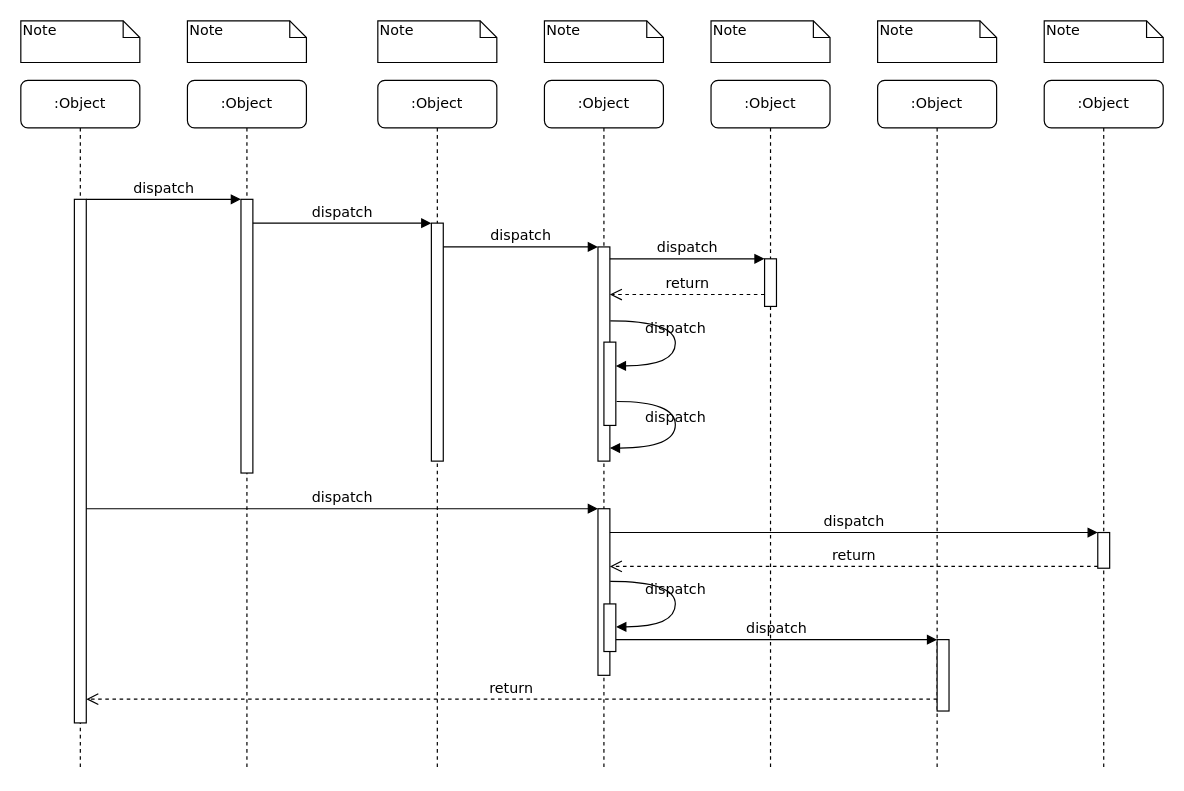
Above: task-demo.drawio in linxinqiang90/drawio (draw.io), before the change. Source tidied: cells renumbered, new cells numbered last; positions are measured from the earlier drawing's top-left corner, leaving out a move shared by most shapes. Both pictures are drawn from the tidied source at 119%, with x=0, y=0 at pixel (20, 20).
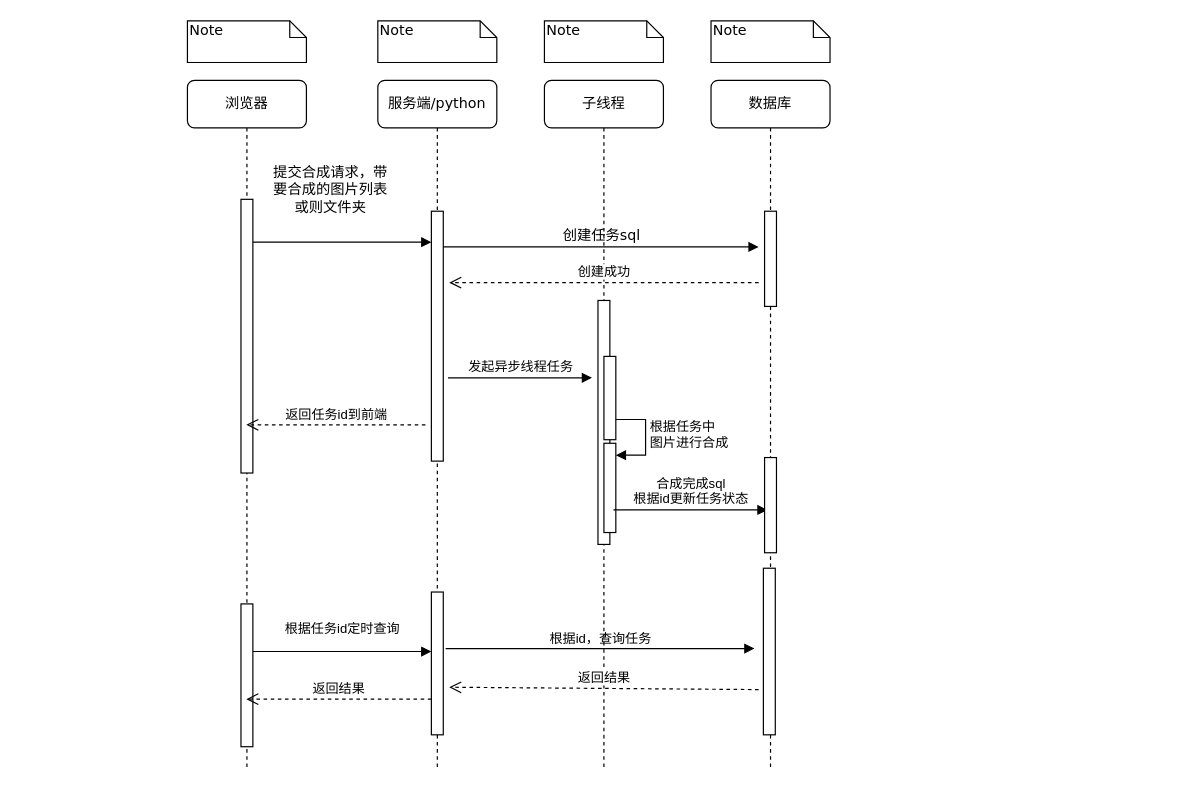
Above is the later version.

Unchanged cells that the change refers to:
```xml
<mxCell id="3" style="html=1;points=[];perimeter=orthogonalPerimeter;rounded=0;shadow=0;comic=0;labelBackgroundColor=none;strokeWidth=1;fontFamily=Verdana;fontSize=12;align=center;" parent="2" vertex="1">
  <mxGeometry x="45" y="100" width="10" height="230" as="geometry" />
</mxCell>
```

Diff of the diagram source:
```diff
@@
-    <mxCell id="2" value=":Object" style="shape=umlLifeline;perimeter=lifelinePerimeter;whiteSpace=wrap;html=1;outlineConnect=0;rounded=1;shadow=0;comic=0;labelBackgroundColor=none;strokeWidth=1;fontFamily=Verdana;fontSize=12;align=center;" parent="1" vertex="1">
+    <mxCell id="2" value="浏览器" style="shape=umlLifeline;perimeter=lifelinePerimeter;whiteSpace=wrap;html=1;outlineConnect=0;rounded=1;shadow=0;comic=0;labelBackgroundColor=none;strokeWidth=1;fontFamily=Verdana;fontSize=12;align=center;" parent="1" vertex="1">
       <mxGeometry x="140" y="50" width="100" height="580" as="geometry" />
     </mxCell>
@@
+    <mxCell id="39" style="html=1;perimeter=orthogonalPerimeter;targetShapes=umlLifeline;newEdgeStyle={&quot;curved&quot;:0,&quot;rounded&quot;:0};" parent="2" vertex="1">
+      <mxGeometry x="45" y="440" width="10" height="120" as="geometry" />
+    </mxCell>
-    <mxCell id="4" value=":Object" style="shape=umlLifeline;perimeter=lifelinePerimeter;whiteSpace=wrap;html=1;rounded=1;shadow=0;comic=0;labelBackgroundColor=none;strokeWidth=1;fontFamily=Verdana;fontSize=12;align=center;" parent="1" vertex="1">
+    <mxCell id="4" value="服务端/python" style="shape=umlLifeline;perimeter=lifelinePerimeter;whiteSpace=wrap;html=1;rounded=1;shadow=0;comic=0;labelBackgroundColor=none;strokeWidth=1;fontFamily=Verdana;fontSize=12;align=center;" parent="1" vertex="1">
       <mxGeometry x="300" y="50" width="100" height="580" as="geometry" />
     </mxCell>
     <mxCell id="5" style="html=1;points=[];perimeter=orthogonalPerimeter;rounded=0;shadow=0;comic=0;labelBackgroundColor=none;strokeWidth=1;fontFamily=Verdana;fontSize=12;align=center;" parent="4" vertex="1">
-      <mxGeometry x="45" y="120" width="10" height="200" as="geometry" />
+      <mxGeometry x="45" y="110" width="10" height="210" as="geometry" />
     </mxCell>
+    <mxCell id="40" value="发起异步线程任务" style="html=1;verticalAlign=bottom;endArrow=block;curved=0;rounded=0;" parent="4" edge="1">
+      <mxGeometry relative="1" as="geometry">
+        <mxPoint x="59" y="250" as="sourcePoint" />
+        <mxPoint x="180" y="250" as="targetPoint" />
+      </mxGeometry>
+    </mxCell>
+    <mxCell id="41" style="html=1;perimeter=orthogonalPerimeter;targetShapes=umlLifeline;newEdgeStyle={&quot;curved&quot;:0,&quot;rounded&quot;:0};" parent="4" vertex="1">
+      <mxGeometry x="45" y="430" width="10" height="120" as="geometry" />
+    </mxCell>
+    <mxCell id="42" value="根据id，查询任务" style="html=1;verticalAlign=bottom;endArrow=block;curved=0;rounded=0;" parent="4" edge="1">
+      <mxGeometry relative="1" as="geometry">
+        <mxPoint x="57" y="477.5" as="sourcePoint" />
+        <mxPoint x="316.5" y="477.5" as="targetPoint" />
+      </mxGeometry>
+    </mxCell>
+    <mxCell id="43" value="返回结果" style="html=1;verticalAlign=bottom;endArrow=open;dashed=1;endSize=8;curved=0;rounded=0;" parent="4" edge="1" target="2">
+      <mxGeometry relative="1" as="geometry">
+        <mxPoint x="45" y="520" as="sourcePoint" />
+      </mxGeometry>
+    </mxCell>
-    <mxCell id="6" value=":Object" style="shape=umlLifeline;perimeter=lifelinePerimeter;whiteSpace=wrap;html=1;rounded=1;shadow=0;comic=0;labelBackgroundColor=none;strokeWidth=1;fontFamily=Verdana;fontSize=12;align=center;" parent="1" vertex="1">
+    <mxCell id="6" value="子线程" style="shape=umlLifeline;perimeter=lifelinePerimeter;whiteSpace=wrap;html=1;rounded=1;shadow=0;comic=0;labelBackgroundColor=none;strokeWidth=1;fontFamily=Verdana;fontSize=12;align=center;" parent="1" vertex="1">
       <mxGeometry x="440" y="50" width="100" height="580" as="geometry" />
     </mxCell>
+    <mxCell id="12" style="html=1;points=[];perimeter=orthogonalPerimeter;rounded=0;shadow=0;comic=0;labelBackgroundColor=none;strokeWidth=1;fontFamily=Verdana;fontSize=12;align=center;" parent="6" vertex="1">
+      <mxGeometry x="45" y="185" width="10" height="205" as="geometry" />
+    </mxCell>
+    <mxCell id="44" style="html=1;points=[[0,0,0,0,5],[0,1,0,0,-5],[1,0,0,0,5],[1,1,0,0,-5]];perimeter=orthogonalPerimeter;outlineConnect=0;targetShapes=umlLifeline;portConstraint=eastwest;newEdgeStyle={&quot;curved&quot;:0,&quot;rounded&quot;:0};" parent="6" vertex="1">
+      <mxGeometry x="50" y="305" width="10" height="75" as="geometry" />
+    </mxCell>
+    <mxCell id="45" value="根据任务中&lt;br&gt;图片进行合成" style="html=1;align=left;spacingLeft=2;endArrow=block;rounded=0;edgeStyle=orthogonalEdgeStyle;curved=0;rounded=0;" parent="6" edge="1" target="44">
+      <mxGeometry relative="1" as="geometry">
+        <mxPoint x="55" y="285" as="sourcePoint" />
+        <Array as="points">
+          <mxPoint x="85" y="315" />
+        </Array>
+      </mxGeometry>
+    </mxCell>
+    <mxCell id="46" value="合成完成sql&lt;br style=&quot;border-color: var(--border-color);&quot;&gt;根据id更新任务状态" style="html=1;verticalAlign=bottom;endArrow=block;curved=0;rounded=0;" parent="6" edge="1">
+      <mxGeometry relative="1" as="geometry">
+        <mxPoint x="58" y="361" as="sourcePoint" />
+        <mxPoint x="187.5" y="361" as="targetPoint" />
+      </mxGeometry>
+    </mxCell>
-    <mxCell id="7" value=":Object" style="shape=umlLifeline;perimeter=lifelinePerimeter;whiteSpace=wrap;html=1;rounded=1;shadow=0;comic=0;labelBackgroundColor=none;strokeWidth=1;fontFamily=Verdana;fontSize=12;align=center;" parent="1" vertex="1">
+    <mxCell id="7" value="数据库" style="shape=umlLifeline;perimeter=lifelinePerimeter;whiteSpace=wrap;html=1;rounded=1;shadow=0;comic=0;labelBackgroundColor=none;strokeWidth=1;fontFamily=Verdana;fontSize=12;align=center;" parent="1" vertex="1">
       <mxGeometry x="580" y="50" width="100" height="580" as="geometry" />
     </mxCell>
-    <mxCell id="8" value=":Object" style="shape=umlLifeline;perimeter=lifelinePerimeter;whiteSpace=wrap;html=1;rounded=1;shadow=0;comic=0;labelBackgroundColor=none;strokeWidth=1;fontFamily=Verdana;fontSize=12;align=center;" parent="1" vertex="1">
-      <mxGeometry x="720" y="50" width="100" height="580" as="geometry" />
-    </mxCell>
-    <mxCell id="9" value=":Object" style="shape=umlLifeline;perimeter=lifelinePerimeter;whiteSpace=wrap;html=1;rounded=1;shadow=0;comic=0;labelBackgroundColor=none;strokeWidth=1;fontFamily=Verdana;fontSize=12;align=center;" parent="1" vertex="1">
-      <mxGeometry x="860" y="50" width="100" height="580" as="geometry" />
-    </mxCell>
-    <mxCell id="10" value=":Object" style="shape=umlLifeline;perimeter=lifelinePerimeter;whiteSpace=wrap;html=1;rounded=1;shadow=0;comic=0;labelBackgroundColor=none;strokeWidth=1;fontFamily=Verdana;fontSize=12;align=center;" parent="1" vertex="1">
-      <mxGeometry y="50" width="100" height="580" as="geometry" />
-    </mxCell>
-    <mxCell id="11" style="html=1;points=[];perimeter=orthogonalPerimeter;rounded=0;shadow=0;comic=0;labelBackgroundColor=none;strokeWidth=1;fontFamily=Verdana;fontSize=12;align=center;" parent="10" vertex="1">
-      <mxGeometry x="45" y="100" width="10" height="440" as="geometry" />
-    </mxCell>
-    <mxCell id="12" style="html=1;points=[];perimeter=orthogonalPerimeter;rounded=0;shadow=0;comic=0;labelBackgroundColor=none;strokeWidth=1;fontFamily=Verdana;fontSize=12;align=center;" parent="1" vertex="1">
-      <mxGeometry x="485" y="190" width="10" height="180" as="geometry" />
-    </mxCell>
+    <mxCell id="47" style="html=1;perimeter=orthogonalPerimeter;targetShapes=umlLifeline;newEdgeStyle={&quot;curved&quot;:0,&quot;rounded&quot;:0};" parent="7" vertex="1">
+      <mxGeometry x="44" y="410" width="10" height="140" as="geometry" />
+    </mxCell>
-    <mxCell id="13" value="dispatch" style="html=1;verticalAlign=bottom;endArrow=block;labelBackgroundColor=none;fontFamily=Verdana;fontSize=12;edgeStyle=elbowEdgeStyle;elbow=vertical;" parent="1" edge="1" source="5" target="12">
+    <mxCell id="13" value="创建任务sql" style="html=1;verticalAlign=bottom;endArrow=block;labelBackgroundColor=none;fontFamily=Verdana;fontSize=12;edgeStyle=elbowEdgeStyle;elbow=vertical;" parent="1" edge="1" source="5">
       <mxGeometry relative="1" as="geometry">
+        <mxPoint x="620" y="190" as="targetPoint" />
         <Array as="points">
           <mxPoint x="360" y="190" />
         </Array>
       </mxGeometry>
     </mxCell>
     <mxCell id="14" style="html=1;points=[];perimeter=orthogonalPerimeter;rounded=0;shadow=0;comic=0;labelBackgroundColor=none;strokeWidth=1;fontFamily=Verdana;fontSize=12;align=center;" parent="1" vertex="1">
-      <mxGeometry x="625" y="200" width="10" height="40" as="geometry" />
+      <mxGeometry x="625" y="160" width="10" height="80" as="geometry" />
     </mxCell>
-    <mxCell id="15" value="dispatch" style="html=1;verticalAlign=bottom;endArrow=block;entryX=0;entryY=0;labelBackgroundColor=none;fontFamily=Verdana;fontSize=12;edgeStyle=elbowEdgeStyle;elbow=vertical;" parent="1" edge="1" source="12" target="14">
-      <mxGeometry relative="1" as="geometry" />
-    </mxCell>
-    <mxCell id="16" value="return" style="html=1;verticalAlign=bottom;endArrow=open;dashed=1;endSize=8;labelBackgroundColor=none;fontFamily=Verdana;fontSize=12;edgeStyle=elbowEdgeStyle;elbow=vertical;" parent="1" edge="1" source="14" target="12">
-      <mxGeometry relative="1" as="geometry">
-        <Array as="points">
-          <mxPoint x="570" y="230" />
-          <mxPoint x="600" y="230" />
-        </Array>
-      </mxGeometry>
-    </mxCell>
-    <mxCell id="17" style="html=1;points=[];perimeter=orthogonalPerimeter;rounded=0;shadow=0;comic=0;labelBackgroundColor=none;strokeWidth=1;fontFamily=Verdana;fontSize=12;align=center;" parent="1" vertex="1">
-      <mxGeometry x="485" y="410" width="10" height="140" as="geometry" />
-    </mxCell>
-    <mxCell id="18" value="dispatch" style="html=1;verticalAlign=bottom;endArrow=block;entryX=0;entryY=0;labelBackgroundColor=none;fontFamily=Verdana;fontSize=12;" parent="1" edge="1" source="11" target="17">
-      <mxGeometry relative="1" as="geometry" />
-    </mxCell>
-    <mxCell id="19" style="html=1;points=[];perimeter=orthogonalPerimeter;rounded=0;shadow=0;comic=0;labelBackgroundColor=none;strokeColor=#000000;strokeWidth=1;fillColor=#FFFFFF;fontFamily=Verdana;fontSize=12;fontColor=#000000;align=center;" parent="1" vertex="1">
-      <mxGeometry x="905" y="430" width="10" height="30" as="geometry" />
-    </mxCell>
-    <mxCell id="20" value="dispatch" style="html=1;verticalAlign=bottom;endArrow=block;entryX=0;entryY=0;labelBackgroundColor=none;fontFamily=Verdana;fontSize=12;" parent="1" edge="1" source="17" target="19">
-      <mxGeometry relative="1" as="geometry" />
-    </mxCell>
-    <mxCell id="21" value="return" style="html=1;verticalAlign=bottom;endArrow=open;dashed=1;endSize=8;exitX=0;exitY=0.95;labelBackgroundColor=none;fontFamily=Verdana;fontSize=12;" parent="1" edge="1" source="19" target="17">
-      <mxGeometry relative="1" as="geometry" />
-    </mxCell>
-    <mxCell id="22" style="html=1;points=[];perimeter=orthogonalPerimeter;rounded=0;shadow=0;comic=0;labelBackgroundColor=none;strokeWidth=1;fontFamily=Verdana;fontSize=12;align=center;" parent="1" vertex="1">
-      <mxGeometry x="770" y="520" width="10" height="60" as="geometry" />
-    </mxCell>
-    <mxCell id="23" value="dispatch" style="html=1;verticalAlign=bottom;endArrow=block;entryX=0;entryY=0;labelBackgroundColor=none;fontFamily=Verdana;fontSize=12;edgeStyle=elbowEdgeStyle;elbow=vertical;" parent="1" edge="1" source="30" target="22">
-      <mxGeometry relative="1" as="geometry" />
-    </mxCell>
-    <mxCell id="24" value="return" style="html=1;verticalAlign=bottom;endArrow=open;dashed=1;endSize=8;labelBackgroundColor=none;fontFamily=Verdana;fontSize=12;edgeStyle=elbowEdgeStyle;elbow=vertical;" parent="1" edge="1" source="22" target="11">
-      <mxGeometry relative="1" as="geometry">
-        <Array as="points">
-          <mxPoint x="470" y="570" />
-        </Array>
-      </mxGeometry>
-    </mxCell>
-    <mxCell id="25" value="dispatch" style="html=1;verticalAlign=bottom;endArrow=block;entryX=0;entryY=0;labelBackgroundColor=none;fontFamily=Verdana;fontSize=12;edgeStyle=elbowEdgeStyle;elbow=vertical;" parent="1" edge="1" source="11" target="3">
-      <mxGeometry relative="1" as="geometry" />
-    </mxCell>
-    <mxCell id="26" value="dispatch" style="html=1;verticalAlign=bottom;endArrow=block;entryX=0;entryY=0;labelBackgroundColor=none;fontFamily=Verdana;fontSize=12;edgeStyle=elbowEdgeStyle;elbow=vertical;" parent="1" edge="1" source="3" target="5">
-      <mxGeometry relative="1" as="geometry" />
+    <mxCell id="26" value="提交合成请求，带&lt;br&gt;要合成的图片列表&lt;br&gt;或则文件夹" style="html=1;verticalAlign=bottom;endArrow=block;entryX=0;entryY=0;labelBackgroundColor=none;fontFamily=Verdana;fontSize=12;edgeStyle=elbowEdgeStyle;elbow=vertical;" parent="1" edge="1">
+      <mxGeometry x="-0.13" y="20" relative="1" as="geometry">
+        <mxPoint x="195" y="186" as="sourcePoint" />
+        <mxPoint x="345" y="186" as="targetPoint" />
+      </mxGeometry>
     </mxCell>
     <mxCell id="27" style="html=1;points=[];perimeter=orthogonalPerimeter;rounded=0;shadow=0;comic=0;labelBackgroundColor=none;strokeWidth=1;fontFamily=Verdana;fontSize=12;align=center;" parent="1" vertex="1">
-      <mxGeometry x="490" y="270" width="10" height="70" as="geometry" />
+      <mxGeometry x="490" y="282" width="10" height="70" as="geometry" />
     </mxCell>
-    <mxCell id="28" value="dispatch" style="html=1;verticalAlign=bottom;endArrow=block;labelBackgroundColor=none;fontFamily=Verdana;fontSize=12;elbow=vertical;edgeStyle=orthogonalEdgeStyle;curved=1;entryX=1;entryY=0.286;entryPerimeter=0;exitX=1.038;exitY=0.345;exitPerimeter=0;" parent="1" edge="1" source="12" target="27">
-      <mxGeometry relative="1" as="geometry">
-        <Array as="points">
-          <mxPoint x="550" y="252" />
-          <mxPoint x="550" y="290" />
-        </Array>
-      </mxGeometry>
-    </mxCell>
-    <mxCell id="29" value="dispatch" style="html=1;verticalAlign=bottom;endArrow=block;labelBackgroundColor=none;fontFamily=Verdana;fontSize=12;elbow=vertical;edgeStyle=orthogonalEdgeStyle;curved=1;exitX=1.066;exitY=0.713;exitPerimeter=0;" parent="1" edge="1" source="27">
-      <mxGeometry relative="1" as="geometry">
-        <mxPoint x="495" y="359" as="targetPoint" />
-        <Array as="points">
-          <mxPoint x="550" y="320" />
-          <mxPoint x="550" y="359" />
-        </Array>
-      </mxGeometry>
-    </mxCell>
-    <mxCell id="30" style="html=1;points=[];perimeter=orthogonalPerimeter;rounded=0;shadow=0;comic=0;labelBackgroundColor=none;strokeWidth=1;fontFamily=Verdana;fontSize=12;align=center;" parent="1" vertex="1">
-      <mxGeometry x="490" y="490" width="10" height="40" as="geometry" />
-    </mxCell>
-    <mxCell id="31" value="dispatch" style="html=1;verticalAlign=bottom;endArrow=block;labelBackgroundColor=none;fontFamily=Verdana;fontSize=12;elbow=vertical;edgeStyle=orthogonalEdgeStyle;curved=1;entryX=1;entryY=0.286;entryPerimeter=0;exitX=1.038;exitY=0.345;exitPerimeter=0;" parent="1" edge="1">
-      <mxGeometry relative="1" as="geometry">
-        <mxPoint x="495.3" y="471" as="sourcePoint" />
-        <mxPoint x="500.3" y="509.3" as="targetPoint" />
-        <Array as="points">
-          <mxPoint x="550" y="471" />
-          <mxPoint x="550" y="509" />
-        </Array>
-      </mxGeometry>
-    </mxCell>
-    <mxCell id="32" value="Note" style="shape=note;whiteSpace=wrap;html=1;size=14;verticalAlign=top;align=left;spacingTop=-6;rounded=0;shadow=0;comic=0;labelBackgroundColor=none;strokeWidth=1;fontFamily=Verdana;fontSize=12;" parent="1" vertex="1">
-      <mxGeometry width="100" height="35" as="geometry" />
-    </mxCell>
@@
-    <mxCell id="37" value="Note" style="shape=note;whiteSpace=wrap;html=1;size=14;verticalAlign=top;align=left;spacingTop=-6;rounded=0;shadow=0;comic=0;labelBackgroundColor=none;strokeWidth=1;fontFamily=Verdana;fontSize=12;" parent="1" vertex="1">
-      <mxGeometry x="720" width="100" height="35" as="geometry" />
-    </mxCell>
-    <mxCell id="38" value="Note" style="shape=note;whiteSpace=wrap;html=1;size=14;verticalAlign=top;align=left;spacingTop=-6;rounded=0;shadow=0;comic=0;labelBackgroundColor=none;strokeWidth=1;fontFamily=Verdana;fontSize=12;" parent="1" vertex="1">
-      <mxGeometry x="860" width="100" height="35" as="geometry" />
-    </mxCell>
+    <mxCell id="48" value="创建成功" style="html=1;verticalAlign=bottom;endArrow=open;dashed=1;endSize=8;curved=0;rounded=0;" parent="1" edge="1">
+      <mxGeometry relative="1" as="geometry">
+        <mxPoint x="620" y="220" as="sourcePoint" />
+        <mxPoint x="360" y="220" as="targetPoint" />
+      </mxGeometry>
+    </mxCell>
+    <mxCell id="49" value="返回任务id到前端" style="html=1;verticalAlign=bottom;endArrow=open;dashed=1;endSize=8;curved=0;rounded=0;" parent="1" edge="1" target="2">
+      <mxGeometry relative="1" as="geometry">
+        <mxPoint x="340" y="339.5" as="sourcePoint" />
+      </mxGeometry>
+    </mxCell>
+    <mxCell id="50" value="根据任务id定时查询" style="html=1;verticalAlign=bottom;endArrow=block;curved=0;rounded=0;" parent="1" edge="1">
+      <mxGeometry y="10" relative="1" as="geometry">
+        <mxPoint x="195" y="530" as="sourcePoint" />
+        <mxPoint x="345" y="530" as="targetPoint" />
+      </mxGeometry>
+    </mxCell>
+    <mxCell id="51" value="返回结果" style="html=1;verticalAlign=bottom;endArrow=open;dashed=1;endSize=8;curved=0;rounded=0;" parent="1" edge="1">
+      <mxGeometry relative="1" as="geometry">
+        <mxPoint x="620" y="562" as="sourcePoint" />
+        <mxPoint x="360" y="560" as="targetPoint" />
+      </mxGeometry>
+    </mxCell>
+    <mxCell id="52" style="html=1;perimeter=orthogonalPerimeter;targetShapes=umlLifeline;newEdgeStyle={&quot;curved&quot;:0,&quot;rounded&quot;:0};" parent="1" vertex="1">
+      <mxGeometry x="625" y="367" width="10" height="80" as="geometry" />
+    </mxCell>
```
